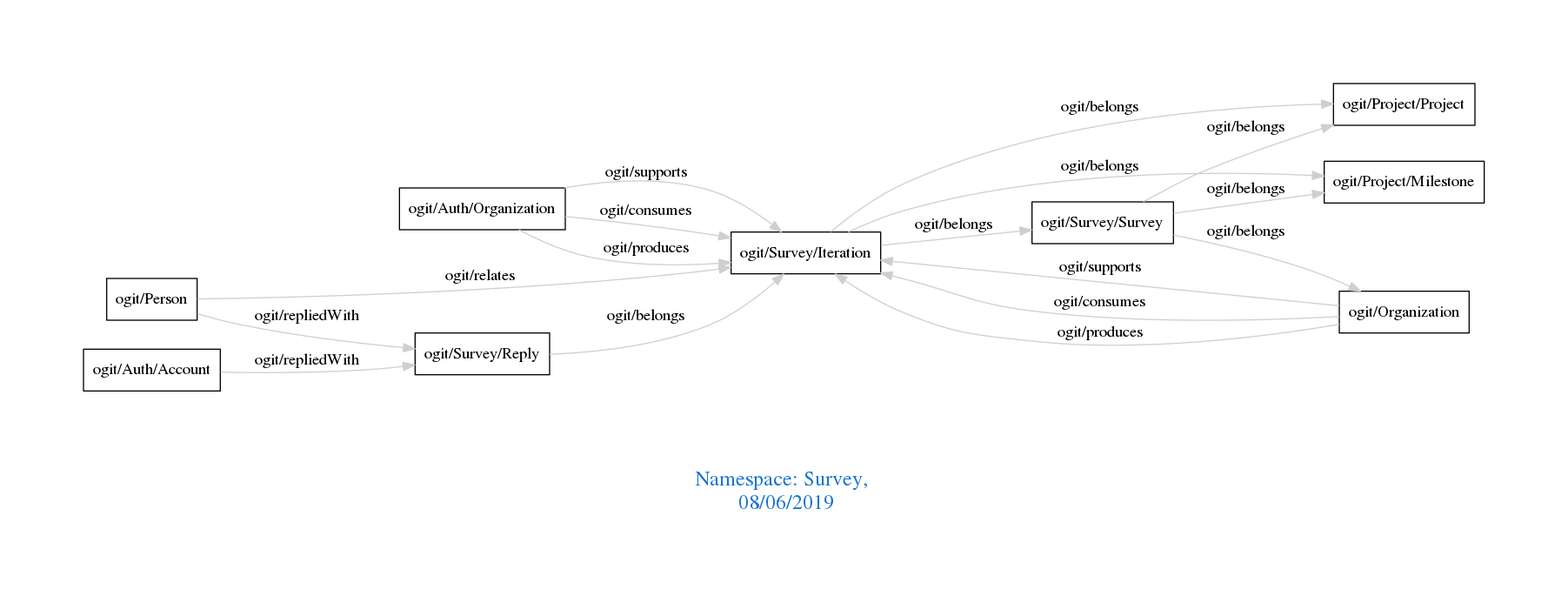
This is downloads/Survey.png from arago/OGIT, a Graphviz export, as it was before one commit. Its source is kept beside it as downloads/Survey.dot.
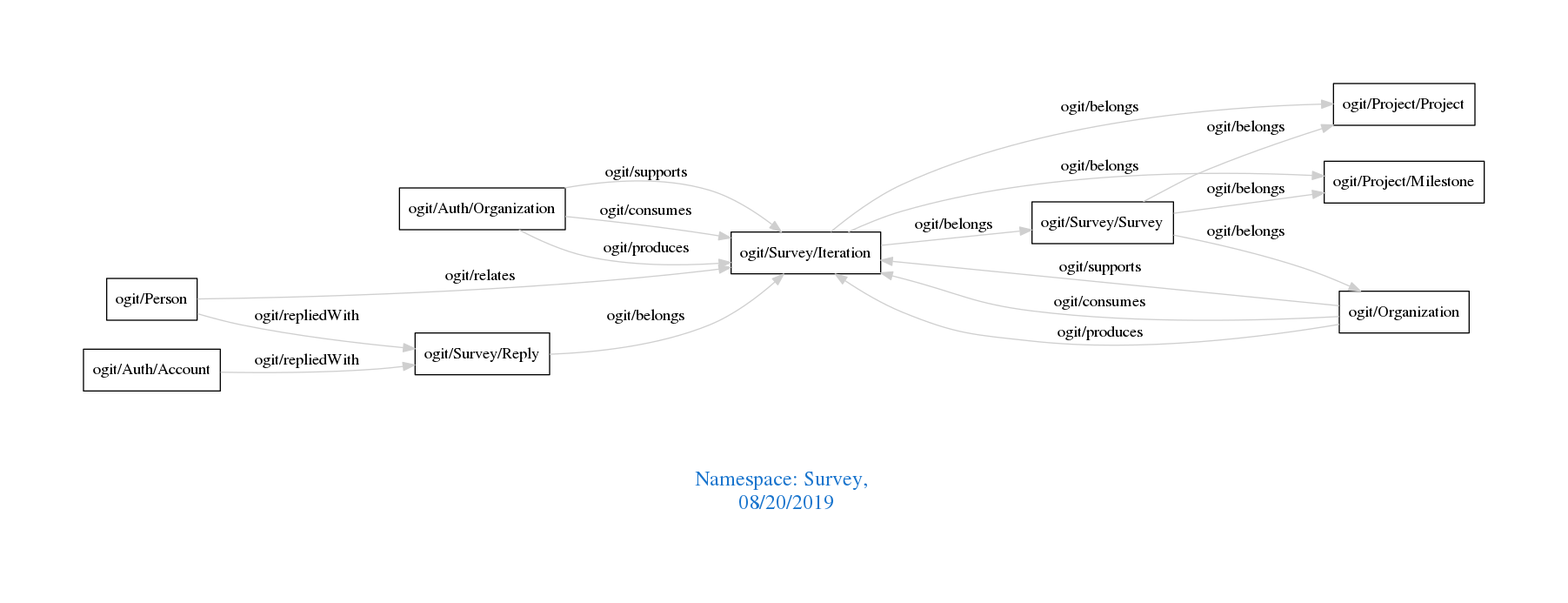
After the change.

Diff of the diagram source:
```diff
@@ -1,7 +1,7 @@
 digraph OGIT_ontology {
  graph [ rankdir= LR,pad=1
 fontsize = 18,
-fontcolor= dodgerblue3,label = "\n\n\nNamespace: Survey, \n 08/06/2019"];
+fontcolor= dodgerblue3,label = "\n\n\nNamespace: Survey, \n 08/20/2019"];
 node[shape=polygon];
 edge [  color="gray81"];
 
```
